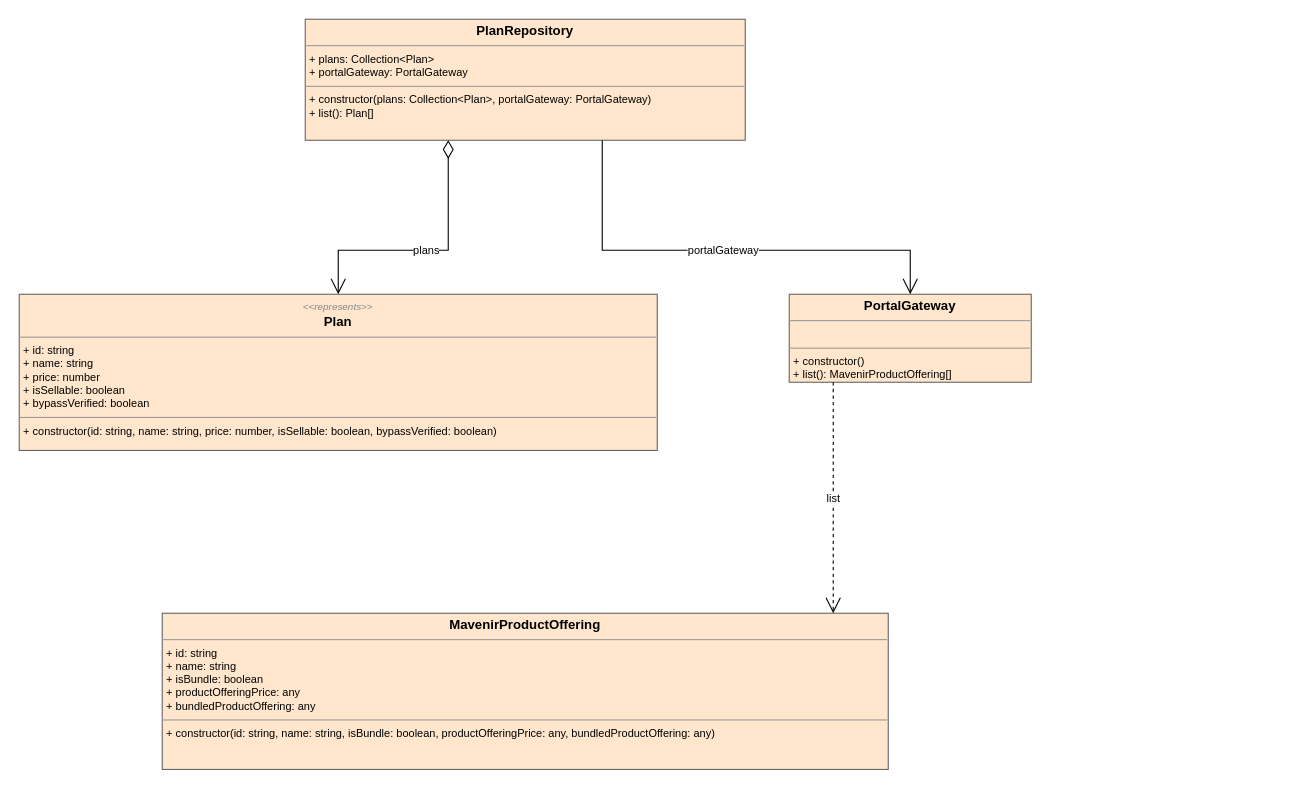
This is cdd_guidance/practices/clean_engineering/model/_examples/actual/from-typescript/to-drawio/plans/plans.drawio from abd-works/abd-context-driven-delivery, a draw.io file, before an edit. Source tidied: cells renumbered, new cells numbered last; positions are measured from the earlier drawing's top-left corner, leaving out a move shared by most shapes. Both pictures are drawn from the tidied source at 110%, with x=0, y=0 at pixel (19, 19).
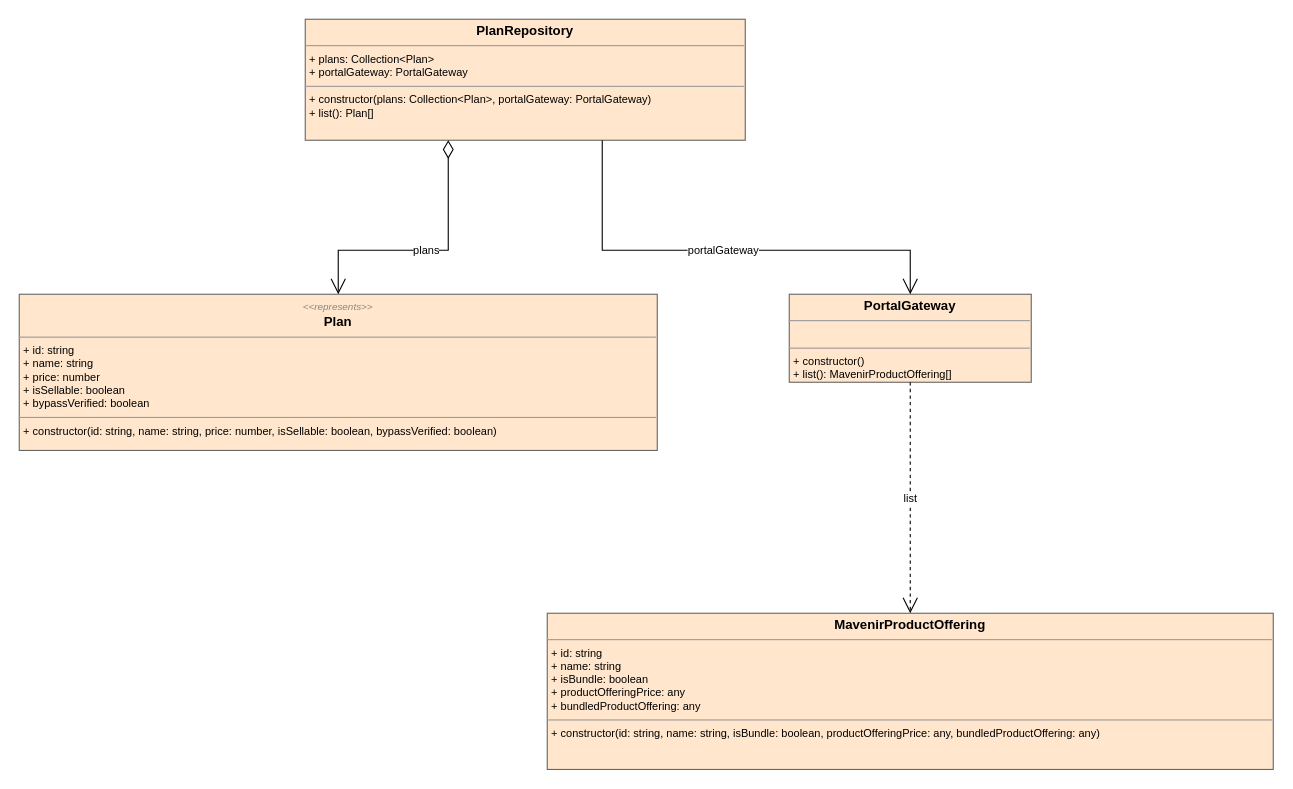
After the change.

Change to the diagram source:
```diff
@@
 <mxGraphModel>
   <root>
     <mxCell id="0" />
     <mxCell id="1" parent="0" />
     <mxCell id="2" value="&lt;p style=&quot;margin:0px;margin-top:4px;text-align:center;&quot;&gt;&lt;i style=&quot;font-size:9px;color:#888;&quot;&gt;&amp;lt;&amp;lt;represents&amp;gt;&amp;gt;&lt;/i&gt;&lt;br/&gt;&lt;b&gt;Plan&lt;/b&gt;&lt;/p&gt;&lt;hr size=&quot;1&quot;/&gt;&lt;p style=&quot;margin:0px;margin-left:4px;font-size:10px;&quot;&gt;+ id: string&lt;br/&gt;+ name: string&lt;br/&gt;+ price: number&lt;br/&gt;+ isSellable: boolean&lt;br/&gt;+ bypassVerified: boolean&lt;br/&gt;&lt;/p&gt;&lt;hr size=&quot;1&quot;/&gt;&lt;p style=&quot;margin:0px;margin-left:4px;font-size:10px;&quot;&gt;+ constructor(id: string, name: string, price: number, isSellable: boolean, bypassVerified: boolean)&lt;br/&gt;&lt;/p&gt;" style="verticalAlign=top;align=left;overflow=fill;fontSize=12;fontFamily=Helvetica;html=1;whiteSpace=wrap;fillColor=#ffe6cc;strokeColor=#666666;module=Plans;" parent="1" vertex="1">
       <mxGeometry y="250" width="580" height="142" as="geometry" />
     </mxCell>
     <mxCell id="3" value="&lt;p style=&quot;margin:0px;margin-top:4px;text-align:center;&quot;&gt;&lt;b&gt;PlanRepository&lt;/b&gt;&lt;/p&gt;&lt;hr size=&quot;1&quot;/&gt;&lt;p style=&quot;margin:0px;margin-left:4px;font-size:10px;&quot;&gt;+ plans: Collection&amp;lt;Plan&amp;gt;&lt;br/&gt;+ portalGateway: PortalGateway&lt;br/&gt;&lt;/p&gt;&lt;hr size=&quot;1&quot;/&gt;&lt;p style=&quot;margin:0px;margin-left:4px;font-size:10px;&quot;&gt;+ constructor(plans: Collection&amp;lt;Plan&amp;gt;, portalGateway: PortalGateway)&lt;br/&gt;+ list(): Plan[]&lt;br/&gt;&lt;/p&gt;" style="verticalAlign=top;align=left;overflow=fill;fontSize=12;fontFamily=Helvetica;html=1;whiteSpace=wrap;fillColor=#ffe6cc;strokeColor=#666666;module=Plans;" parent="1" vertex="1">
       <mxGeometry x="260" width="400" height="110" as="geometry" />
     </mxCell>
     <mxCell id="4" value="&lt;p style=&quot;margin:0px;margin-top:4px;text-align:center;&quot;&gt;&lt;b&gt;MavenirProductOffering&lt;/b&gt;&lt;/p&gt;&lt;hr size=&quot;1&quot;/&gt;&lt;p style=&quot;margin:0px;margin-left:4px;font-size:10px;&quot;&gt;+ id: string&lt;br/&gt;+ name: string&lt;br/&gt;+ isBundle: boolean&lt;br/&gt;+ productOfferingPrice: any&lt;br/&gt;+ bundledProductOffering: any&lt;br/&gt;&lt;/p&gt;&lt;hr size=&quot;1&quot;/&gt;&lt;p style=&quot;margin:0px;margin-left:4px;font-size:10px;&quot;&gt;+ constructor(id: string, name: string, isBundle: boolean, productOfferingPrice: any, bundledProductOffering: any)&lt;br/&gt;&lt;/p&gt;" style="verticalAlign=top;align=left;overflow=fill;fontSize=12;fontFamily=Helvetica;html=1;whiteSpace=wrap;fillColor=#ffe6cc;strokeColor=#666666;module=Plans;" parent="1" vertex="1">
-      <mxGeometry x="130" y="540" width="660" height="142" as="geometry" />
+      <mxGeometry x="480" y="540" width="660" height="142" as="geometry" />
     </mxCell>
     <mxCell id="5" value="&lt;p style=&quot;margin:0px;margin-top:4px;text-align:center;&quot;&gt;&lt;b&gt;PortalGateway&lt;/b&gt;&lt;/p&gt;&lt;hr size=&quot;1&quot;/&gt;&lt;p style=&quot;margin:0px;margin-left:4px;font-size:10px;&quot;&gt;&lt;br/&gt;&lt;/p&gt;&lt;hr size=&quot;1&quot;/&gt;&lt;p style=&quot;margin:0px;margin-left:4px;font-size:10px;&quot;&gt;+ constructor()&lt;br/&gt;+ list(): MavenirProductOffering[]&lt;br/&gt;&lt;/p&gt;" style="verticalAlign=top;align=left;overflow=fill;fontSize=12;fontFamily=Helvetica;html=1;whiteSpace=wrap;fillColor=#ffe6cc;strokeColor=#666666;module=Plans;" parent="1" vertex="1">
       <mxGeometry x="700" y="250" width="220" height="80" as="geometry" />
     </mxCell>
     <mxCell id="6" value="plans" style="edgeStyle=orthogonalEdgeStyle;rounded=0;html=1;fontSize=10;labelBackgroundColor=#ffffff;startArrow=diamondThin;startFill=0;startSize=14;endArrow=open;endSize=12;exitX=0.325;exitY=1.0;exitDx=0;exitDy=0;exitPerimeter=0;entryX=0.5;entryY=0.0;entryDx=0;entryDy=0;entryPerimeter=0;" parent="1" edge="1" source="3" target="2">
       <mxGeometry relative="1" as="geometry">
         <Array as="points">
           <mxPoint x="390" y="210" />
           <mxPoint x="290" y="210" />
         </Array>
       </mxGeometry>
     </mxCell>
     <mxCell id="7" value="portalGateway" style="edgeStyle=orthogonalEdgeStyle;rounded=0;html=1;fontSize=10;labelBackgroundColor=#ffffff;endArrow=open;endSize=12;exitX=0.675;exitY=1.0;exitDx=0;exitDy=0;exitPerimeter=0;entryX=0.5;entryY=0.0;entryDx=0;entryDy=0;entryPerimeter=0;" parent="1" edge="1" source="3" target="5">
       <mxGeometry relative="1" as="geometry">
         <Array as="points">
           <mxPoint x="530" y="210" />
           <mxPoint x="810" y="210" />
         </Array>
       </mxGeometry>
     </mxCell>
-    <mxCell id="8" value="list" style="edgeStyle=orthogonalEdgeStyle;rounded=0;html=1;fontSize=10;labelBackgroundColor=#ffffff;dashed=1;endArrow=open;endSize=12;exitX=0.1818;exitY=1.0;exitDx=0;exitDy=0;exitPerimeter=0;entryX=0.9242;entryY=0.0;entryDx=0;entryDy=0;entryPerimeter=0;" parent="1" edge="1" source="5" target="4">
+    <mxCell id="8" value="list" style="edgeStyle=orthogonalEdgeStyle;rounded=0;html=1;fontSize=10;labelBackgroundColor=#ffffff;dashed=1;endArrow=open;endSize=12;exitX=0.5;exitY=1.0;exitDx=0;exitDy=0;exitPerimeter=0;entryX=0.5;entryY=0.0;entryDx=0;entryDy=0;entryPerimeter=0;" parent="1" edge="1" source="5" target="4">
       <mxGeometry relative="1" as="geometry" />
     </mxCell>
   </root>
 </mxGraphModel>
```
